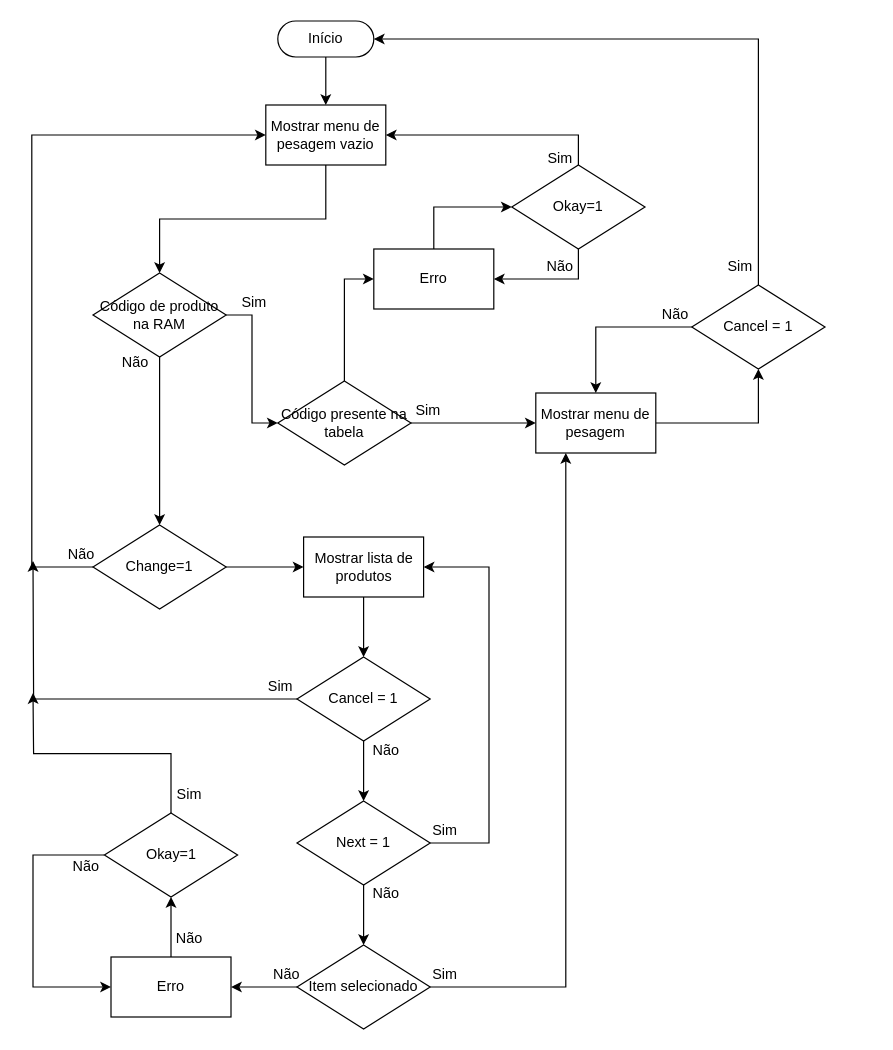
This is menu_1_routine.drawio from AFreitasHub/Weighing-Scale-System, a draw.io file, before an edit. Source tidied: cells renumbered, new cells numbered last; positions are measured from the earlier drawing's top-left corner, leaving out a move shared by most shapes. Both pictures are drawn from the tidied source at 120%, with x=0, y=0 at pixel (31, 20).
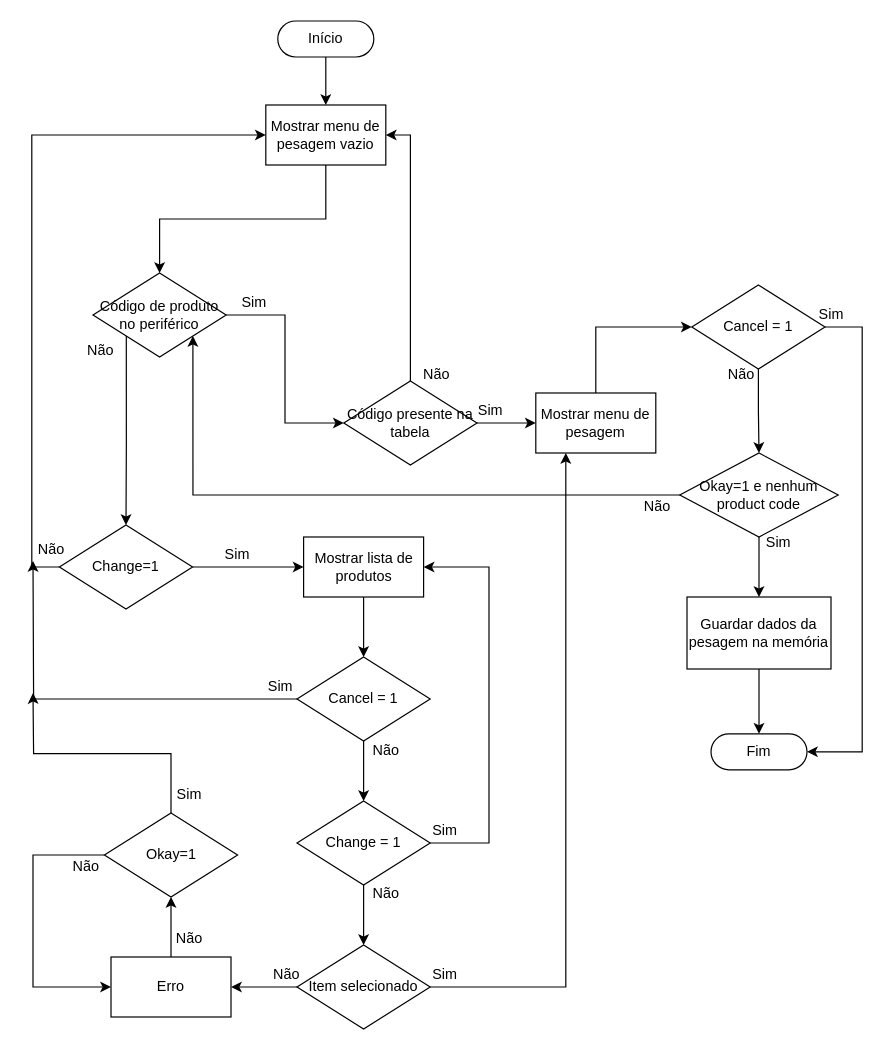
After the change.

Unchanged cells that the change refers to:
```xml
<mxCell id="3" value="Início" style="html=1;dashed=0;whiteSpace=wrap;shape=mxgraph.dfd.start;" parent="1" vertex="1">
  <mxGeometry x="205" width="80" height="30" as="geometry" />
</mxCell>
<mxCell id="5" value="Mostrar menu de pesagem vazio" style="html=1;dashed=0;whiteSpace=wrap;" parent="1" vertex="1">
  <mxGeometry x="195" y="70" width="100" height="50" as="geometry" />
</mxCell>
<mxCell id="16" value="Mostrar menu de pesagem" style="html=1;dashed=0;whiteSpace=wrap;" parent="1" vertex="1">
  <mxGeometry x="420" y="310" width="100" height="50" as="geometry" />
</mxCell>
<mxCell id="53" value="Cancel = 1" style="shape=rhombus;html=1;dashed=0;whiteSpace=wrap;perimeter=rhombusPerimeter;align=center;" parent="1" vertex="1">
  <mxGeometry x="550" y="220" width="111" height="70" as="geometry" />
</mxCell>
```

Change to the diagram source:
```diff
@@
-    <mxCell id="6" style="edgeStyle=orthogonalEdgeStyle;rounded=0;jettySize=auto;html=1;exitX=0.5;exitY=1;exitDx=0;exitDy=0;entryX=0.5;entryY=0;entryDx=0;entryDy=0;" parent="1" edge="1" source="8" target="11">
+    <mxCell id="6" style="edgeStyle=orthogonalEdgeStyle;rounded=0;jettySize=auto;html=1;exitX=0;exitY=1;exitDx=0;exitDy=0;entryX=0.5;entryY=0;entryDx=0;entryDy=0;" parent="1" edge="1" source="8" target="11">
       <mxGeometry relative="1" as="geometry" />
     </mxCell>
@@
-    <mxCell id="8" value="&lt;div align=&quot;center&quot;&gt;&lt;font&gt;Código de produto na RAM&lt;/font&gt;&lt;/div&gt;" style="shape=rhombus;html=1;dashed=0;whiteSpace=wrap;perimeter=rhombusPerimeter;align=center;" parent="1" vertex="1">
+    <mxCell id="8" value="&lt;div align=&quot;center&quot;&gt;&lt;font&gt;Código de produto no periférico&lt;/font&gt;&lt;/div&gt;" style="shape=rhombus;html=1;dashed=0;whiteSpace=wrap;perimeter=rhombusPerimeter;align=center;" parent="1" vertex="1">
       <mxGeometry x="51" y="210" width="111" height="70" as="geometry" />
     </mxCell>
@@
     <mxCell id="11" value="Change=1" style="shape=rhombus;html=1;dashed=0;whiteSpace=wrap;perimeter=rhombusPerimeter;align=center;" parent="1" vertex="1">
-      <mxGeometry x="51" y="420" width="111" height="70" as="geometry" />
+      <mxGeometry x="23" y="420" width="111" height="70" as="geometry" />
     </mxCell>
@@
-    <mxCell id="13" style="edgeStyle=orthogonalEdgeStyle;rounded=0;jettySize=auto;html=1;exitX=0.5;exitY=0;exitDx=0;exitDy=0;entryX=0;entryY=0.5;entryDx=0;entryDy=0;" parent="1" edge="1" source="14" target="38">
+    <mxCell id="13" style="edgeStyle=orthogonalEdgeStyle;rounded=0;jettySize=auto;html=1;exitX=0.5;exitY=0;exitDx=0;exitDy=0;entryX=1;entryY=0.5;entryDx=0;entryDy=0;" parent="1" edge="1" source="14" target="5">
       <mxGeometry relative="1" as="geometry" />
     </mxCell>
     <mxCell id="14" value="Código presente na tabela" style="shape=rhombus;html=1;dashed=0;whiteSpace=wrap;perimeter=rhombusPerimeter;align=center;" parent="1" vertex="1">
-      <mxGeometry x="205" y="300" width="111" height="70" as="geometry" />
+      <mxGeometry x="260" y="300" width="111" height="70" as="geometry" />
     </mxCell>
-    <mxCell id="15" style="edgeStyle=orthogonalEdgeStyle;rounded=0;jettySize=auto;html=1;exitX=1;exitY=0.5;exitDx=0;exitDy=0;entryX=0.5;entryY=1;entryDx=0;entryDy=0;" parent="1" edge="1" source="16" target="53">
+    <mxCell id="15" style="edgeStyle=orthogonalEdgeStyle;rounded=0;jettySize=auto;html=1;exitX=0.5;exitY=0;exitDx=0;exitDy=0;entryX=0;entryY=0.5;entryDx=0;entryDy=0;" parent="1" edge="1" source="16" target="53">
       <mxGeometry relative="1" as="geometry" />
     </mxCell>
@@
     <mxCell id="18" value="Sim" style="text;html=1;align=center;verticalAlign=middle;strokeColor=none;fillColor=none;" parent="1" vertex="1">
-      <mxGeometry x="310" y="310" width="40" height="30" as="geometry" />
+      <mxGeometry x="362" y="310" width="40" height="30" as="geometry" />
     </mxCell>
     <mxCell id="19" value="Não" style="text;html=1;align=center;verticalAlign=middle;strokeColor=none;fillColor=none;" parent="1" vertex="1">
-      <mxGeometry x="60.5" y="270" width="50" height="30" as="geometry" />
+      <mxGeometry x="32" y="260" width="50" height="30" as="geometry" />
     </mxCell>
     <mxCell id="20" value="Não" style="text;html=1;align=center;verticalAlign=middle;strokeColor=none;fillColor=none;" parent="1" vertex="1">
-      <mxGeometry x="16" y="430" width="50" height="30" as="geometry" />
+      <mxGeometry x="-9" y="426" width="50" height="30" as="geometry" />
     </mxCell>
@@
-    <mxCell id="28" value="Next = 1" style="shape=rhombus;html=1;dashed=0;whiteSpace=wrap;perimeter=rhombusPerimeter;align=center;" parent="1" vertex="1">
+    <mxCell id="28" value="Change = 1" style="shape=rhombus;html=1;dashed=0;whiteSpace=wrap;perimeter=rhombusPerimeter;align=center;" parent="1" vertex="1">
       <mxGeometry x="221" y="650" width="111" height="70" as="geometry" />
     </mxCell>
@@
-    <mxCell id="37" style="edgeStyle=orthogonalEdgeStyle;rounded=0;jettySize=auto;html=1;exitX=0.5;exitY=0;exitDx=0;exitDy=0;entryX=0;entryY=0.5;entryDx=0;entryDy=0;" parent="1" edge="1" source="38" target="41">
-      <mxGeometry relative="1" as="geometry" />
-    </mxCell>
-    <mxCell id="38" value="Erro" style="html=1;dashed=0;whiteSpace=wrap;" parent="1" vertex="1">
-      <mxGeometry x="285" y="190" width="100" height="50" as="geometry" />
-    </mxCell>
-    <mxCell id="39" style="edgeStyle=orthogonalEdgeStyle;rounded=0;jettySize=auto;html=1;exitX=0.5;exitY=0;exitDx=0;exitDy=0;entryX=1;entryY=0.5;entryDx=0;entryDy=0;" parent="1" edge="1" source="41" target="5">
-      <mxGeometry relative="1" as="geometry" />
-    </mxCell>
-    <mxCell id="40" style="edgeStyle=orthogonalEdgeStyle;rounded=0;jettySize=auto;html=1;exitX=0.5;exitY=1;exitDx=0;exitDy=0;entryX=1;entryY=0.5;entryDx=0;entryDy=0;" parent="1" edge="1" source="41" target="38">
-      <mxGeometry relative="1" as="geometry" />
-    </mxCell>
-    <mxCell id="41" value="Okay=1" style="shape=rhombus;html=1;dashed=0;whiteSpace=wrap;perimeter=rhombusPerimeter;align=center;" parent="1" vertex="1">
-      <mxGeometry x="400" y="120" width="111" height="70" as="geometry" />
-    </mxCell>
-    <mxCell id="42" value="Sim" style="text;html=1;align=center;verticalAlign=middle;strokeColor=none;fillColor=none;" parent="1" vertex="1">
-      <mxGeometry x="420" y="100" width="40" height="30" as="geometry" />
-    </mxCell>
@@
-    <mxCell id="51" style="edgeStyle=orthogonalEdgeStyle;rounded=0;jettySize=auto;html=1;exitX=0;exitY=0.5;exitDx=0;exitDy=0;entryX=0.5;entryY=0;entryDx=0;entryDy=0;" parent="1" edge="1" source="53" target="16">
-      <mxGeometry relative="1" as="geometry" />
-    </mxCell>
-    <mxCell id="52" style="edgeStyle=orthogonalEdgeStyle;rounded=0;jettySize=auto;html=1;exitX=0.5;exitY=0;exitDx=0;exitDy=0;entryX=1;entryY=0.5;entryDx=0;entryDy=0;entryPerimeter=0;" parent="1" edge="1" source="53" target="3">
-      <mxGeometry relative="1" as="geometry">
-        <Array as="points">
-          <mxPoint x="606" y="15" />
-        </Array>
-      </mxGeometry>
-    </mxCell>
+    <mxCell id="58" style="edgeStyle=orthogonalEdgeStyle;rounded=0;jettySize=auto;html=1;exitX=0.5;exitY=1;exitDx=0;exitDy=0;entryX=0.5;entryY=0;entryDx=0;entryDy=0;" parent="1" edge="1" source="53" target="62">
+      <mxGeometry relative="1" as="geometry" />
+    </mxCell>
@@
-    <mxCell id="54" value="Sim" style="text;html=1;align=center;verticalAlign=middle;strokeColor=none;fillColor=none;" parent="1" vertex="1">
-      <mxGeometry x="570" y="190" width="40" height="30" as="geometry" />
-    </mxCell>
-    <mxCell id="55" value="Não" style="text;html=1;align=center;verticalAlign=middle;strokeColor=none;fillColor=none;" parent="1" vertex="1">
-      <mxGeometry x="415" y="190" width="50" height="30" as="geometry" />
-    </mxCell>
     <mxCell id="56" value="Não" style="text;html=1;align=center;verticalAlign=middle;strokeColor=none;fillColor=none;" parent="1" vertex="1">
-      <mxGeometry x="511" y="230" width="50" height="30" as="geometry" />
+      <mxGeometry x="566" y="280" width="50" height="30" as="geometry" />
     </mxCell>
@@
+    <mxCell id="59" value="Sim" style="text;html=1;align=center;verticalAlign=middle;strokeColor=none;fillColor=none;" parent="1" vertex="1">
+      <mxGeometry x="151" y="430" width="40" height="30" as="geometry" />
+    </mxCell>
+    <mxCell id="60" style="edgeStyle=orthogonalEdgeStyle;rounded=0;jettySize=auto;html=1;exitX=0.5;exitY=1;exitDx=0;exitDy=0;" parent="1" edge="1" source="62" target="64">
+      <mxGeometry relative="1" as="geometry" />
+    </mxCell>
+    <mxCell id="61" style="edgeStyle=orthogonalEdgeStyle;rounded=0;jettySize=auto;html=1;exitX=0;exitY=0.5;exitDx=0;exitDy=0;entryX=1;entryY=1;entryDx=0;entryDy=0;" parent="1" edge="1" source="62" target="8">
+      <mxGeometry relative="1" as="geometry" />
+    </mxCell>
+    <mxCell id="62" value="Okay=1 e nenhum product code" style="shape=rhombus;html=1;dashed=0;whiteSpace=wrap;perimeter=rhombusPerimeter;align=center;" parent="1" vertex="1">
+      <mxGeometry x="540" y="360" width="132" height="70" as="geometry" />
+    </mxCell>
+    <mxCell id="63" style="edgeStyle=orthogonalEdgeStyle;rounded=0;jettySize=auto;html=1;exitX=0.5;exitY=1;exitDx=0;exitDy=0;" parent="1" edge="1" source="64" target="65">
+      <mxGeometry relative="1" as="geometry" />
+    </mxCell>
+    <mxCell id="64" value="Guardar dados da pesagem na memória" style="rounded=0;whiteSpace=wrap;html=1;" parent="1" vertex="1">
+      <mxGeometry x="546" y="480" width="120" height="60" as="geometry" />
+    </mxCell>
+    <mxCell id="65" value="Fim" style="html=1;dashed=0;whiteSpace=wrap;shape=mxgraph.dfd.start;" parent="1" vertex="1">
+      <mxGeometry x="566" y="594" width="80" height="30" as="geometry" />
+    </mxCell>
+    <mxCell id="66" style="edgeStyle=orthogonalEdgeStyle;rounded=0;jettySize=auto;html=1;exitX=1;exitY=0.5;exitDx=0;exitDy=0;entryX=1;entryY=0.5;entryDx=0;entryDy=0;entryPerimeter=0;" parent="1" edge="1" source="53" target="65">
+      <mxGeometry relative="1" as="geometry">
+        <Array as="points">
+          <mxPoint x="692" y="255" />
+          <mxPoint x="692" y="609" />
+        </Array>
+      </mxGeometry>
+    </mxCell>
+    <mxCell id="67" value="Sim" style="text;html=1;align=center;verticalAlign=middle;strokeColor=none;fillColor=none;" parent="1" vertex="1">
+      <mxGeometry x="646" y="230" width="40" height="30" as="geometry" />
+    </mxCell>
+    <mxCell id="68" value="Sim" style="text;html=1;align=center;verticalAlign=middle;strokeColor=none;fillColor=none;" parent="1" vertex="1">
+      <mxGeometry x="602" y="420" width="40" height="30" as="geometry" />
+    </mxCell>
+    <mxCell id="69" value="Não" style="text;html=1;align=center;verticalAlign=middle;strokeColor=none;fillColor=none;" parent="1" vertex="1">
+      <mxGeometry x="312" y="280" width="50" height="30" as="geometry" />
+    </mxCell>
+    <mxCell id="70" value="Não" style="text;html=1;align=center;verticalAlign=middle;strokeColor=none;fillColor=none;" parent="1" vertex="1">
+      <mxGeometry x="496" y="390" width="50" height="30" as="geometry" />
+    </mxCell>
```
